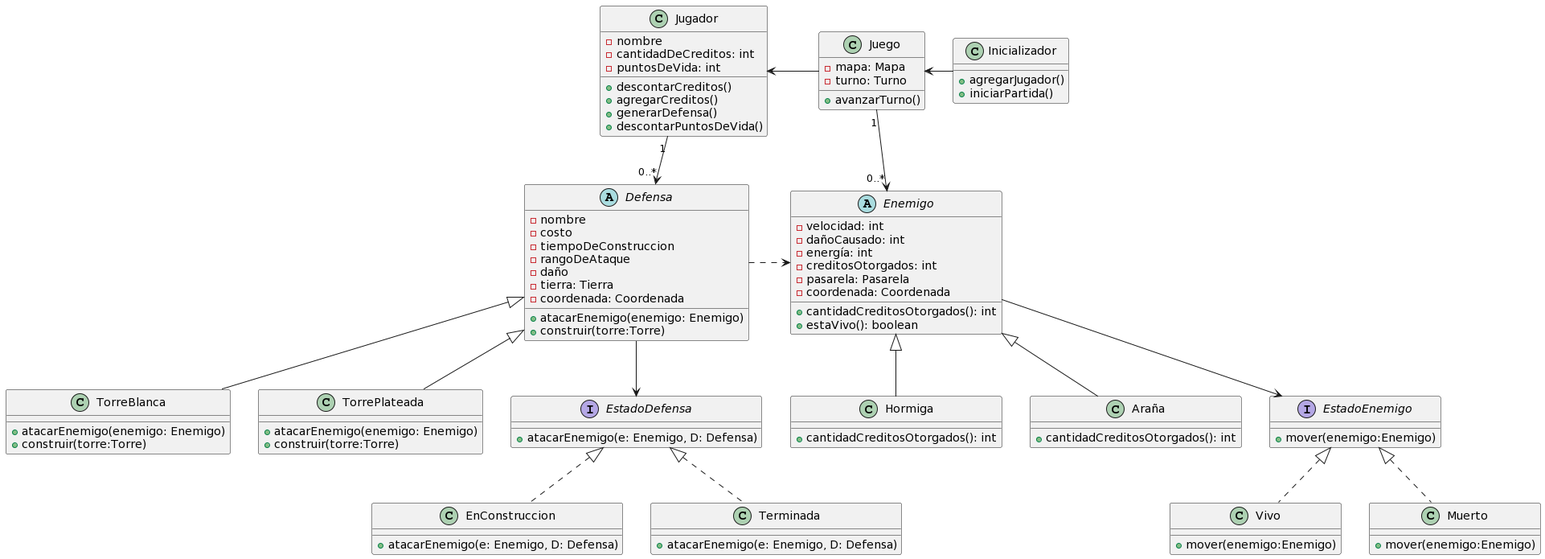
The PlantUML diagram diagrams/classes/DC_1.png in Aldumogi/AlgoDefense, before a commit.
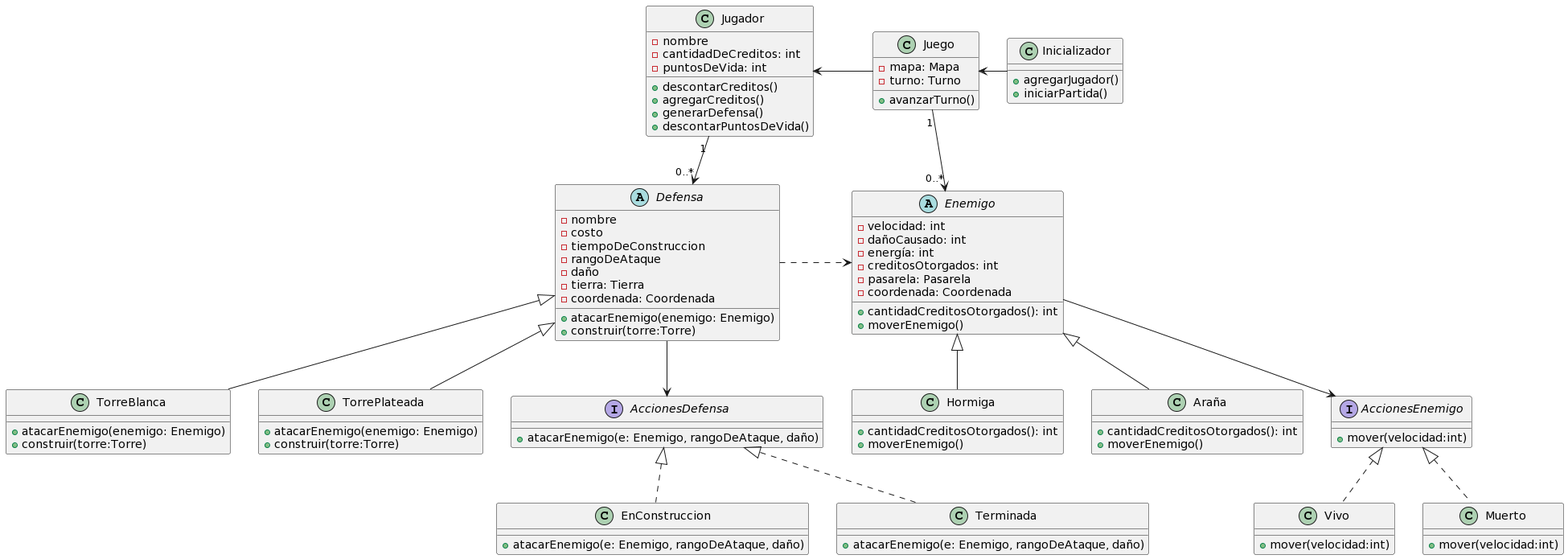
The same diagram one commit later.

Commit message:
Faltaba actualizar las imagenes de los diagramas

Diff of the diagram source:
```diff
@@ -7,15 +7,17 @@
 - pasarela: Pasarela
 - coordenada: Coordenada
 + cantidadCreditosOtorgados(): int
-+ estaVivo(): boolean
++ moverEnemigo()
 }
 
 class Hormiga {
 + cantidadCreditosOtorgados(): int
++ moverEnemigo()
 }
 
 class Araña {
 + cantidadCreditosOtorgados(): int
++ moverEnemigo()
 }
 
 class Juego {
@@ -62,36 +64,36 @@
 }
 
 
-interface EstadoDefensa {
-+atacarEnemigo(e: Enemigo, D: Defensa)
+interface AccionesDefensa {
++atacarEnemigo(e: Enemigo, rangoDeAtaque, daño)
 }
 
 class EnConstruccion {
-+atacarEnemigo(e: Enemigo, D: Defensa)
++atacarEnemigo(e: Enemigo, rangoDeAtaque, daño)
 }
 
 class Terminada {
-+atacarEnemigo(e: Enemigo, D: Defensa)
++atacarEnemigo(e: Enemigo, rangoDeAtaque, daño)
 }
 
 
-interface EstadoEnemigo {
-+ mover(enemigo:Enemigo)
+interface AccionesEnemigo {
++ mover(velocidad:int)
 }
 
 class Vivo {
-+ mover(enemigo:Enemigo)
++ mover(velocidad:int)
 }
 
 class Muerto {
-+ mover(enemigo:Enemigo)
++ mover(velocidad:int)
 }
 
-EstadoEnemigo <|.. Vivo
-EstadoEnemigo <|.. Muerto
+AccionesEnemigo <|.. Vivo
+AccionesEnemigo <|.. Muerto
 
-EstadoDefensa <|.. EnConstruccion
-EstadoDefensa <|.. Terminada
+AccionesDefensa <|.. EnConstruccion
+AccionesDefensa <|.. Terminada
 
 Defensa <|-- TorreBlanca
 Defensa <|-- TorrePlateada
@@ -106,6 +108,6 @@
 Jugador <- Juego
 Jugador "1" --> "0..*" Defensa
 Defensa .> Enemigo
-Defensa --> EstadoDefensa
-Enemigo --> EstadoEnemigo
+Defensa --> AccionesDefensa
+Enemigo --> AccionesEnemigo
 @enduml
```
